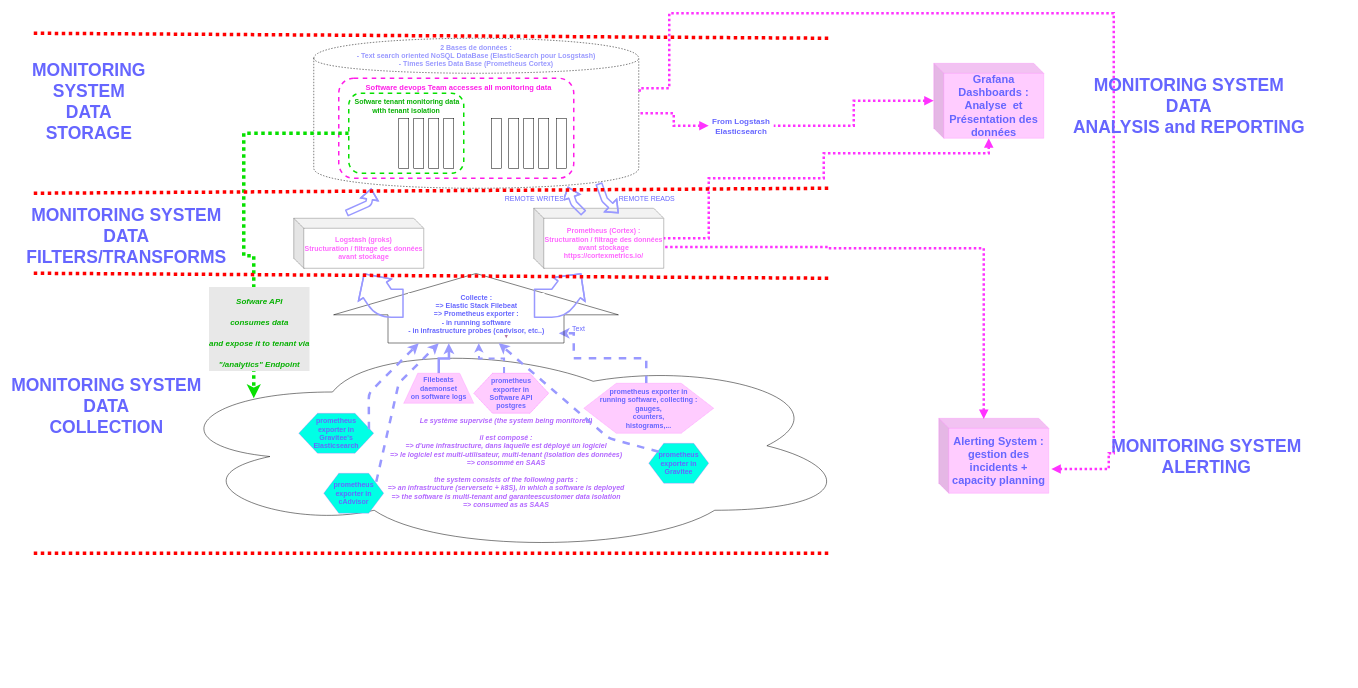
Jean-Baptiste-Lasselle/for-fellow-developers keeps this draw.io diagram as docuementation/impr.ecrans/monitoring/monitoring-system-high-level.drawio. Above is the earlier version. Source tidied: cells renumbered, new cells numbered last; positions are measured from the earlier drawing's top-left corner, leaving out a move shared by most shapes. Both pictures are drawn from the tidied source at 50%, with x=0, y=0 at pixel (8, 13).
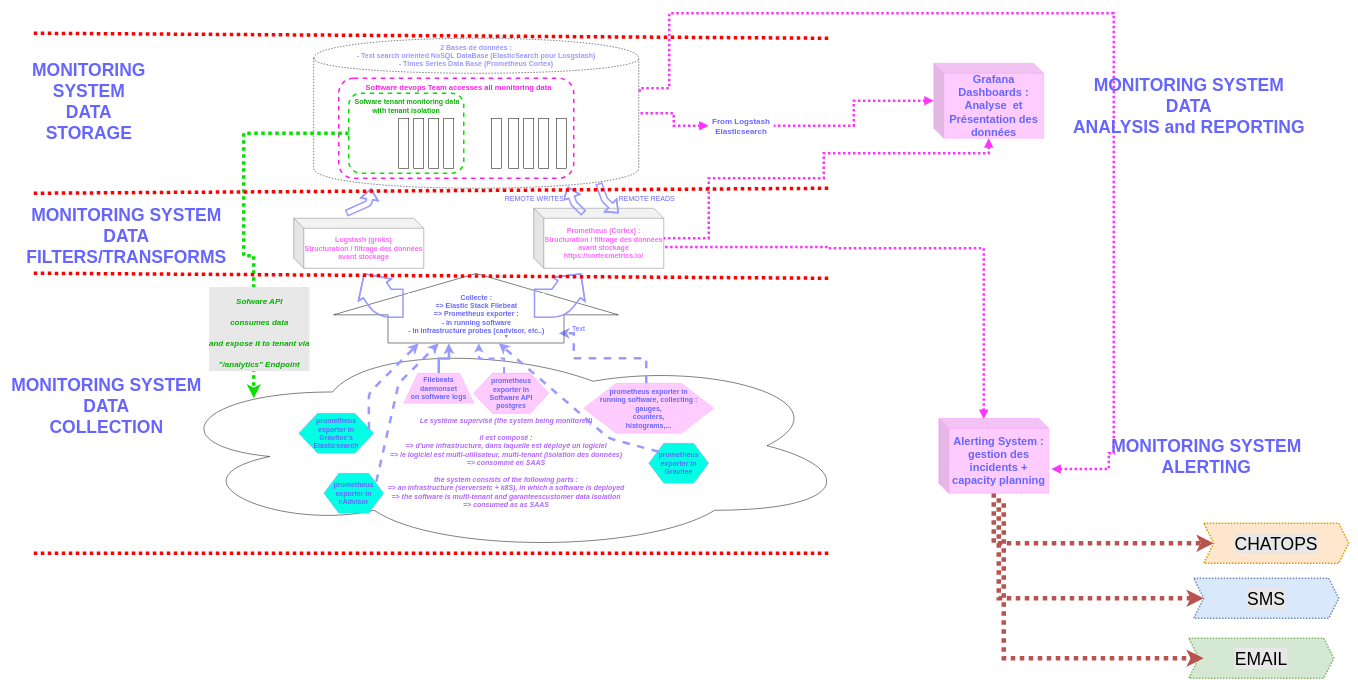
Above is the later version.

Unchanged cells that the change refers to:
```xml
<mxCell id="47" value="&lt;font style=&quot;font-size: 22px&quot;&gt;&lt;b&gt;&lt;font style=&quot;font-size: 22px&quot;&gt;Alerting System : &lt;br&gt;&lt;/font&gt;&lt;/b&gt;&lt;/font&gt;&lt;div style=&quot;font-size: 22px&quot;&gt;&lt;font style=&quot;font-size: 22px&quot;&gt;&lt;b&gt;&lt;font style=&quot;font-size: 22px&quot;&gt;gestion des incidents +&lt;br&gt;&lt;/font&gt;&lt;/b&gt;&lt;/font&gt;&lt;/div&gt;&lt;div style=&quot;font-size: 22px&quot;&gt;&lt;font style=&quot;font-size: 22px&quot;&gt;&lt;b&gt;capacity planning&lt;/b&gt;&lt;/font&gt;&lt;br&gt;&lt;/div&gt;" style="shape=cube;whiteSpace=wrap;html=1;boundedLbl=1;backgroundOutline=1;darkOpacity=0.05;darkOpacity2=0.1;dashed=1;dashPattern=1 1;strokeColor=#FF66FF;fillColor=#FFCCFF;fontSize=14;fontColor=#6666FF;" parent="1" vertex="1">
  <mxGeometry x="1860" y="810" width="220" height="150" as="geometry" />
</mxCell>
```

What changed in the source:
```diff
@@
+    <mxCell id="61" style="edgeStyle=orthogonalEdgeStyle;rounded=0;jettySize=auto;html=1;dashed=1;dashPattern=1 1;startArrow=none;startFill=0;endArrow=classic;endFill=1;strokeColor=#b85450;strokeWidth=9;fontSize=35;fontColor=#FF1CE8;fillColor=#f8cecc;" parent="1" edge="1" source="47" target="62">
+      <mxGeometry relative="1" as="geometry">
+        <Array as="points">
+          <mxPoint x="1970" y="1060" />
+        </Array>
+      </mxGeometry>
+    </mxCell>
@@
+    <mxCell id="62" value="CHATOPS" style="shape=step;perimeter=stepPerimeter;whiteSpace=wrap;html=1;fixedSize=1;dashed=1;dashPattern=1 1;labelBackgroundColor=#E8E8E8;strokeColor=#d79b00;strokeWidth=3;fillColor=#ffe6cc;fontSize=35;" parent="1" vertex="1">
+      <mxGeometry x="2390" y="1020" width="290" height="80" as="geometry" />
+    </mxCell>
+    <mxCell id="63" value="SMS" style="shape=step;perimeter=stepPerimeter;whiteSpace=wrap;html=1;fixedSize=1;dashed=1;dashPattern=1 1;labelBackgroundColor=#E8E8E8;strokeColor=#6c8ebf;strokeWidth=3;fillColor=#dae8fc;fontSize=35;" parent="1" vertex="1">
+      <mxGeometry x="2370" y="1130" width="290" height="80" as="geometry" />
+    </mxCell>
+    <mxCell id="64" value="EMAIL" style="shape=step;perimeter=stepPerimeter;whiteSpace=wrap;html=1;fixedSize=1;dashed=1;dashPattern=1 1;labelBackgroundColor=#E8E8E8;strokeColor=#82b366;strokeWidth=3;fillColor=#d5e8d4;fontSize=35;" parent="1" vertex="1">
+      <mxGeometry x="2360" y="1250" width="290" height="80" as="geometry" />
+    </mxCell>
+    <mxCell id="65" style="edgeStyle=orthogonalEdgeStyle;rounded=0;jettySize=auto;html=1;dashed=1;dashPattern=1 1;startArrow=none;startFill=0;endArrow=classic;endFill=1;strokeColor=#b85450;strokeWidth=9;fontSize=35;fontColor=#FF1CE8;fillColor=#f8cecc;" parent="1" edge="1" target="63">
+      <mxGeometry relative="1" as="geometry">
+        <mxPoint x="1980" y="970" as="sourcePoint" />
+        <Array as="points">
+          <mxPoint x="1980" y="1170" />
+        </Array>
+      </mxGeometry>
+    </mxCell>
+    <mxCell id="66" style="edgeStyle=orthogonalEdgeStyle;rounded=0;orthogonalLoop=1;jettySize=auto;html=1;dashed=1;dashPattern=1 1;startArrow=none;startFill=0;endArrow=classic;endFill=1;strokeColor=#b85450;strokeWidth=9;fontSize=35;fontColor=#FF1CE8;fillColor=#f8cecc;" parent="1" edge="1">
+      <mxGeometry relative="1" as="geometry">
+        <mxPoint x="1990" y="980" as="sourcePoint" />
+        <mxPoint x="2390" y="1290" as="targetPoint" />
+        <Array as="points">
+          <mxPoint x="1990" y="1290" />
+        </Array>
+      </mxGeometry>
+    </mxCell>
```
